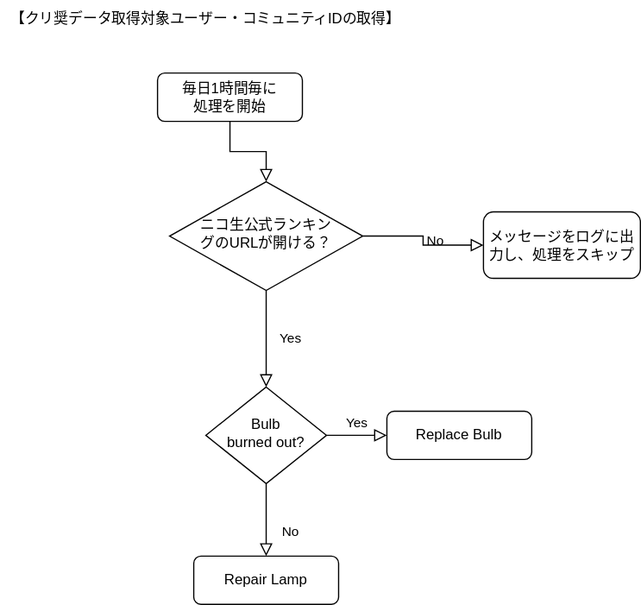
Above: 処理フローチャート.drawio.svg in MASA20201203/NicodbLaravel (draw.io), before the change. Source tidied: cells renumbered, new cells last; positions are measured from the earlier drawing's top-left corner, leaving out a move shared by most shapes.
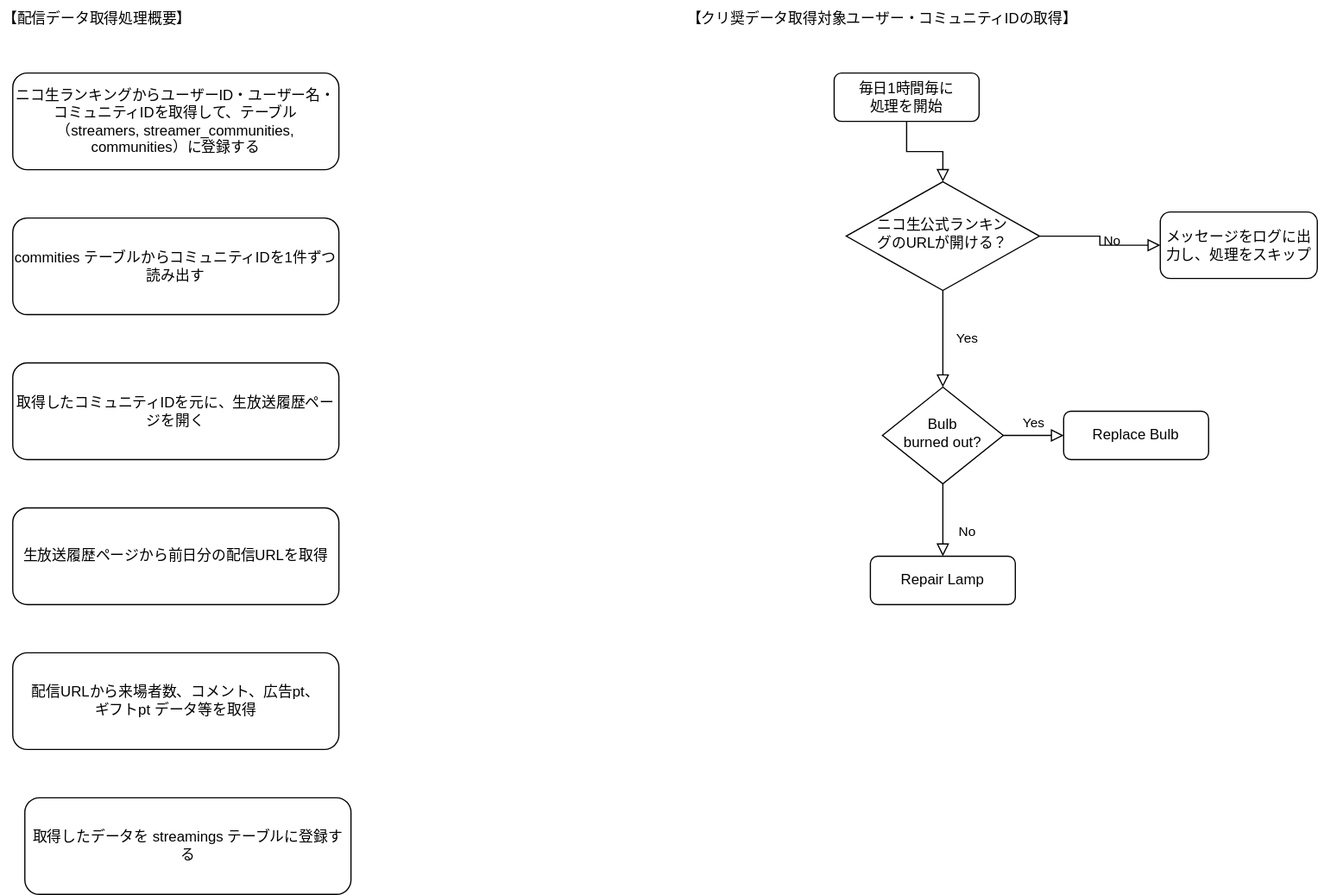
The same file after the commit.

Commit message:
配信データ取得処理概要を追加

Change to the diagram source:
```diff
@@ -38,5 +38,26 @@
     <mxCell id="13" value="【クリ奨データ取得対象ユーザー・コミュニティIDの取得】" style="text;html=1;strokeColor=none;fillColor=none;align=center;verticalAlign=middle;whiteSpace=wrap;rounded=0;" parent="1" vertex="1">
       <mxGeometry width="340" height="30" as="geometry" />
     </mxCell>
+    <mxCell id="14" value="【配信データ取得処理概要】" style="text;html=1;strokeColor=none;fillColor=none;align=center;verticalAlign=middle;whiteSpace=wrap;rounded=0;" parent="1" vertex="1">
+      <mxGeometry x="-560" width="160" height="30" as="geometry" />
+    </mxCell>
+    <mxCell id="15" value="ニコ生ランキングからユーザーID・ユーザー名・コミュニティIDを取得して、テーブル（streamers, streamer_communities, communities）に登録する" style="rounded=1;whiteSpace=wrap;html=1;fontSize=12;glass=0;strokeWidth=1;shadow=0;" parent="1" vertex="1">
+      <mxGeometry x="-550" y="60" width="270" height="80" as="geometry" />
+    </mxCell>
+    <mxCell id="16" value="commities テーブルからコミュニティIDを1件ずつ読み出す" style="rounded=1;whiteSpace=wrap;html=1;fontSize=12;glass=0;strokeWidth=1;shadow=0;" parent="1" vertex="1">
+      <mxGeometry x="-550" y="180" width="270" height="80" as="geometry" />
+    </mxCell>
+    <mxCell id="17" value="取得したコミュニティIDを元に、生放送履歴ページを開く" style="rounded=1;whiteSpace=wrap;html=1;fontSize=12;glass=0;strokeWidth=1;shadow=0;" parent="1" vertex="1">
+      <mxGeometry x="-550" y="300" width="270" height="80" as="geometry" />
+    </mxCell>
+    <mxCell id="18" value="生放送履歴ページから前日分の配信URLを取得" style="rounded=1;whiteSpace=wrap;html=1;fontSize=12;glass=0;strokeWidth=1;shadow=0;" parent="1" vertex="1">
+      <mxGeometry x="-550" y="420" width="270" height="80" as="geometry" />
+    </mxCell>
+    <mxCell id="19" value="配信URLから来場者数、コメント、広告pt、&lt;br&gt;ギフトpt データ等を取得" style="rounded=1;whiteSpace=wrap;html=1;fontSize=12;glass=0;strokeWidth=1;shadow=0;" parent="1" vertex="1">
+      <mxGeometry x="-550" y="540" width="270" height="80" as="geometry" />
+    </mxCell>
+    <mxCell id="20" value="取得したデータを streamings テーブルに登録する" style="rounded=1;whiteSpace=wrap;html=1;fontSize=12;glass=0;strokeWidth=1;shadow=0;" parent="1" vertex="1">
+      <mxGeometry x="-540" y="660" width="270" height="80" as="geometry" />
+    </mxCell>
   </root>
 </mxGraphModel>
```
